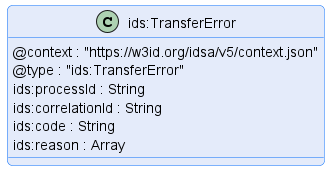
International-Data-Spaces-Association/ids-specification keeps this PlantUML diagram as transfer/message/diagram/transfer-error.png. Above is the earlier version. Source of this version:
```plantuml
@startuml "transfer-error"
!pragma layout smetana

!include ../../diagrams/diagram.styles.puml

hide empty description


class "ids:TransferError" {
    @context : "https://w3id.org/idsa/v5/context.json"
    @type : "ids:TransferError"
    ids:processId : String
    ids:correlationId : String
    ids:code : String
    ids:reason : Array
}

@enduml
```
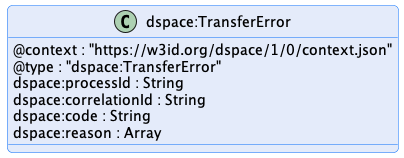
Later version of the same file.

Diff of the diagram source:
```diff
@@ -1,18 +1,18 @@
 @startuml "transfer-error"
 !pragma layout smetana
 
-!include ../../diagrams/diagram.styles.puml
+!include ../../../common/style/diagram.styles.puml
 
 hide empty description
 
 
-class "ids:TransferError" {
-    @context : "https://w3id.org/idsa/v5/context.json"
-    @type : "ids:TransferError"
-    ids:processId : String
-    ids:correlationId : String
-    ids:code : String
-    ids:reason : Array
+class "dspace:TransferError" {
+    @context : "https://w3id.org/dspace/1/0/context.json"
+    @type : "dspace:TransferError"
+    dspace:processId : String
+    dspace:correlationId : String
+    dspace:code : String
+    dspace:reason : Array
 }
 
 @enduml
```
